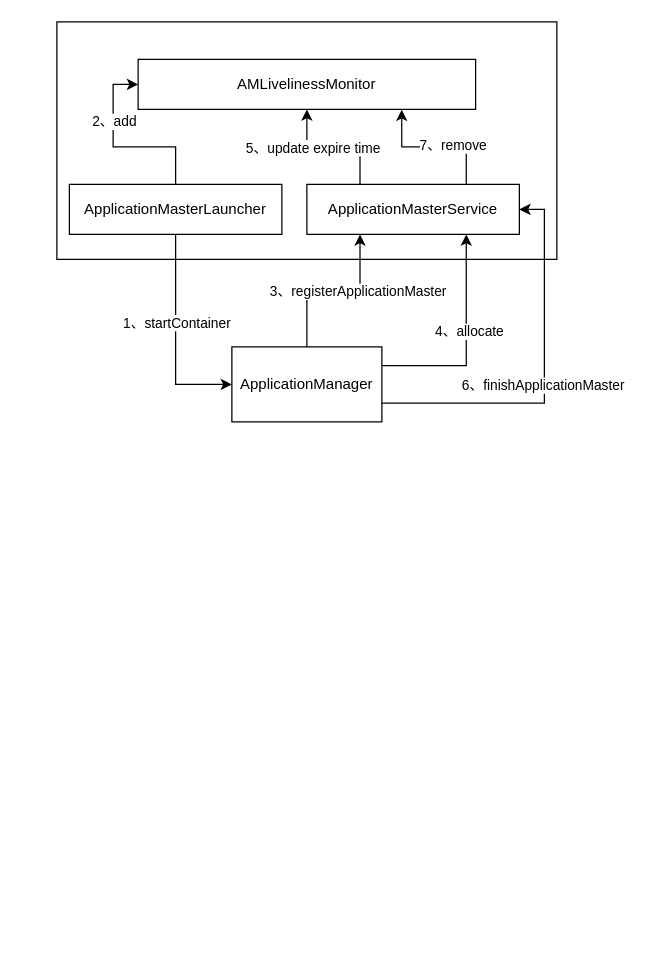
This is Yarn/03_ApplicationMaster启动流程.drawio from chenshuai1995/a-imgs, a draw.io file, before an edit. Source tidied: cells renumbered, new cells numbered last; positions are measured from the earlier drawing's top-left corner, leaving out a move shared by most shapes. Both pictures are drawn from the tidied source at 125%, with x=0, y=0 at pixel (56, 21).
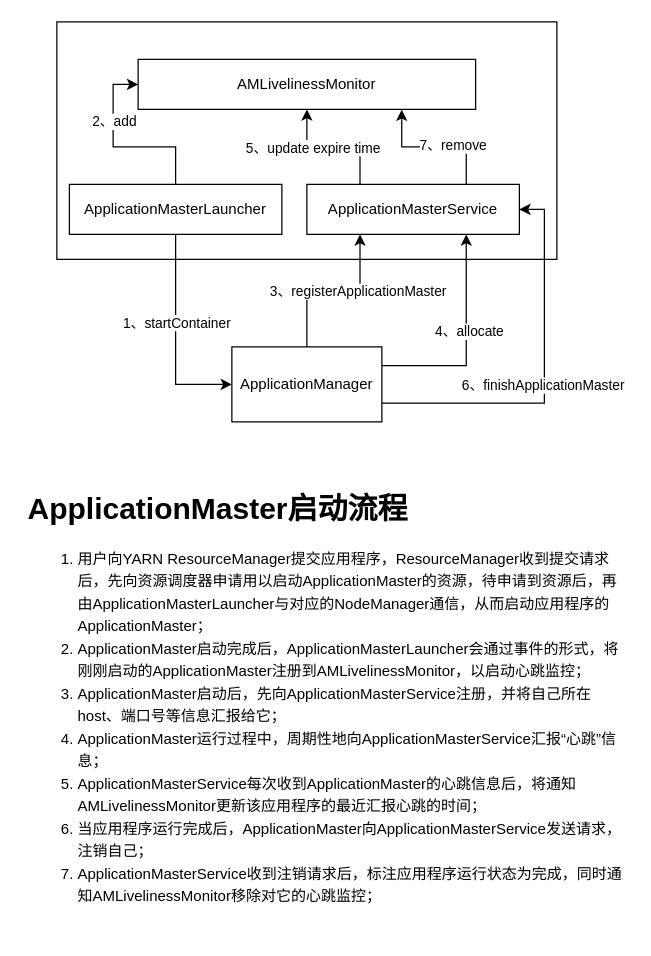
Above is the later version.

Commit message (it also covers changes not shown here):
更新03_ApplicationMaster启动流程.drawio

The edit, as a diff of the source:
```diff
@@
+    <mxCell id="21" value="&lt;p style=&quot;line-height: 150%&quot;&gt;&lt;/p&gt;&lt;h1&gt;ApplicationMaster启动流程&lt;/h1&gt;&lt;p&gt;&lt;/p&gt;&lt;ol style=&quot;line-height: 150%&quot;&gt;&lt;li&gt;用户向YARN ResourceManager提交应用程序，ResourceManager收到提交请求后，先向资源调度器申请用以启动ApplicationMaster的资源，待申请到资源后，再由ApplicationMasterLauncher与对应的NodeManager通信，从而启动应用程序的ApplicationMaster；&lt;br&gt;&lt;/li&gt;&lt;li&gt;ApplicationMaster启动完成后，ApplicationMasterLauncher会通过事件的形式，将刚刚启动的ApplicationMaster注册到AMLivelinessMonitor，以启动心跳监控；&lt;br&gt;&lt;/li&gt;&lt;li&gt;ApplicationMaster启动后，先向ApplicationMasterService注册，并将自己所在host、端口号等信息汇报给它；&lt;br&gt;&lt;/li&gt;&lt;li&gt;ApplicationMaster运行过程中，周期性地向ApplicationMasterService汇报“心跳”信息；&lt;br&gt;&lt;/li&gt;&lt;li&gt;ApplicationMasterService每次收到ApplicationMaster的心跳信息后，将通知AMLivelinessMonitor更新该应用程序的最近汇报心跳的时间；&lt;br&gt;&lt;/li&gt;&lt;li&gt;当应用程序运行完成后，ApplicationMaster向ApplicationMasterService发送请求，注销自己；&lt;br&gt;&lt;/li&gt;&lt;li&gt;ApplicationMasterService收到注销请求后，标注应用程序运行状态为完成，同时通知AMLivelinessMonitor移除对它的心跳监控；&lt;br&gt;&lt;/li&gt;&lt;/ol&gt;&lt;p&gt;&lt;/p&gt;&lt;p&gt;&lt;/p&gt;" style="text;html=1;strokeColor=none;fillColor=none;spacing=5;spacingTop=-20;whiteSpace=wrap;overflow=hidden;rounded=0;" parent="1" vertex="1">
+      <mxGeometry x="-28" y="370" width="487" height="360" as="geometry" />
+    </mxCell>
```
